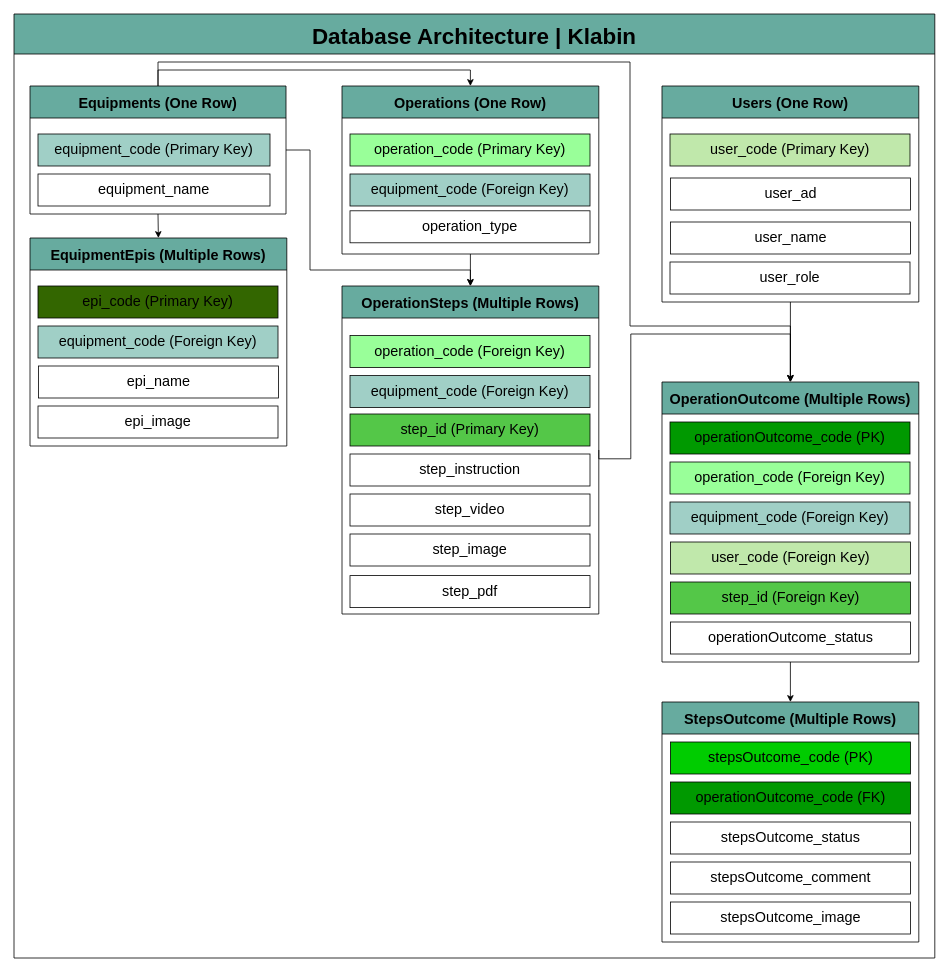
This is Klabin_DB Architecture.drawio from LuccaGiffoni/Flowcharts, a draw.io file, before an edit. Source tidied: cells renumbered, new cells numbered last; positions are measured from the earlier drawing's top-left corner, leaving out a move shared by most shapes. Both pictures are drawn from the tidied source at 80%, with x=0, y=0 at pixel (14, 14).
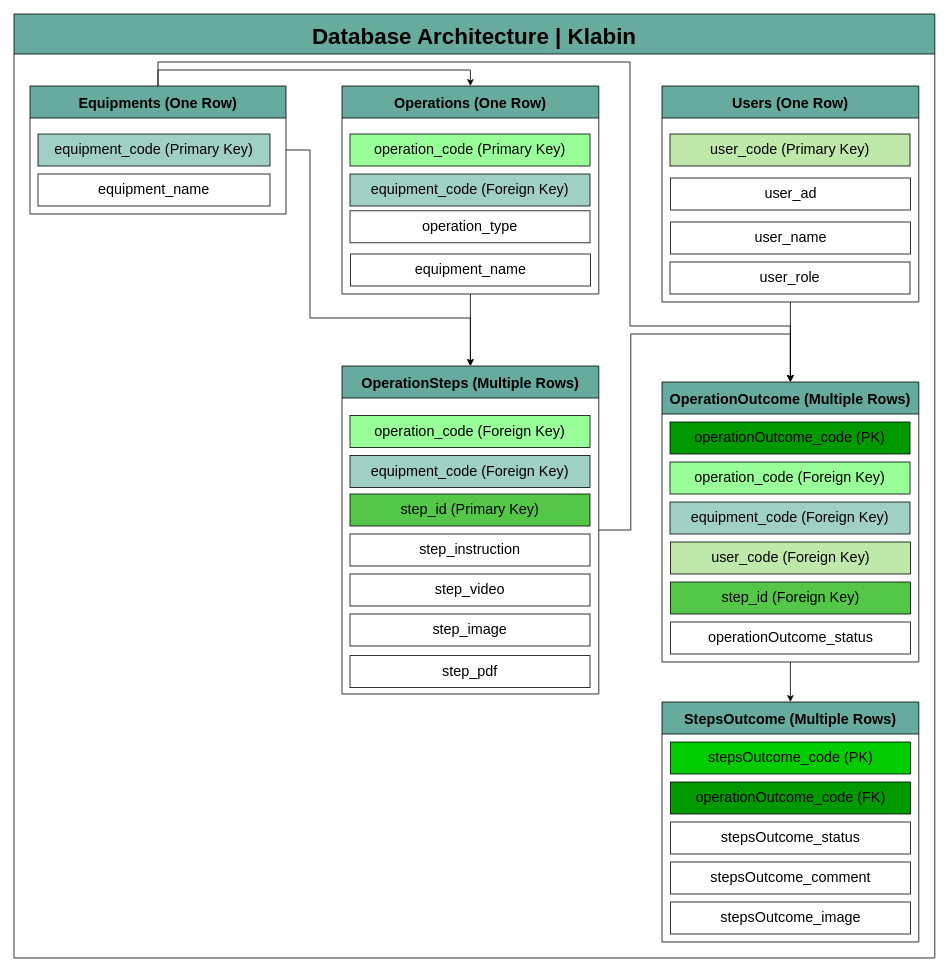
The same page after the edit.

Unchanged cells that the change refers to:
```xml
<mxCell id="2" value="Database Architecture | Klabin" style="swimlane;fontSize=28;fillColor=#67AB9F;startSize=50;fontStyle=1;fontColor=#000000;flipH=1;" parent="1" vertex="1">
  <mxGeometry width="1151" height="1180" as="geometry" />
</mxCell>
<mxCell id="7" value="Equipments (One Row)" style="swimlane;fontSize=18;startSize=40;fillColor=#67AB9F;strokeColor=#000000;fontColor=#000000;flipH=1;" parent="2" vertex="1">
  <mxGeometry x="20" y="90" width="320" height="160" as="geometry" />
</mxCell>
<mxCell id="36" value="OperationOutcome (Multiple Rows)" style="swimlane;fontSize=18;startSize=40;fillColor=#67AB9F;strokeColor=#000000;fontColor=#000000;flipH=1;" parent="2" vertex="1">
  <mxGeometry x="810" y="460" width="321" height="350" as="geometry" />
</mxCell>
```

What changed in the source:
```diff
@@
     <mxCell id="4" style="edgeStyle=orthogonalEdgeStyle;rounded=0;jettySize=auto;html=1;exitX=1;exitY=0.5;exitDx=0;exitDy=0;entryX=0.5;entryY=0;entryDx=0;entryDy=0;fontSize=28;fontColor=#000000;" parent="2" edge="1" source="7" target="16">
       <mxGeometry relative="1" as="geometry">
         <Array as="points">
           <mxPoint x="370" y="170" />
-          <mxPoint x="370" y="320" />
-          <mxPoint x="571" y="320" />
+          <mxPoint x="370" y="380" />
+          <mxPoint x="571" y="380" />
         </Array>
       </mxGeometry>
     </mxCell>
-    <mxCell id="5" style="edgeStyle=orthogonalEdgeStyle;rounded=0;jettySize=auto;html=1;exitX=0.5;exitY=1;exitDx=0;exitDy=0;entryX=0.5;entryY=0;entryDx=0;entryDy=0;fontSize=28;fontColor=#000000;" parent="2" edge="1" source="7" target="24">
-      <mxGeometry relative="1" as="geometry" />
-    </mxCell>
@@
     <mxCell id="11" value="Operations (One Row)" style="swimlane;fontSize=18;startSize=40;fillColor=#67AB9F;strokeColor=#000000;fontColor=#000000;flipH=1;" parent="2" vertex="1">
-      <mxGeometry x="410" y="90" width="321" height="210" as="geometry" />
+      <mxGeometry x="410" y="90" width="321" height="260" as="geometry" />
     </mxCell>
@@
+    <mxCell id="49" value="equipment_name" style="rounded=0;whiteSpace=wrap;html=1;fontSize=18;flipH=1;" parent="11" vertex="1">
+      <mxGeometry x="10.5" y="210" width="300" height="40" as="geometry" />
+    </mxCell>
     <mxCell id="15" style="edgeStyle=orthogonalEdgeStyle;rounded=0;jettySize=auto;html=1;exitX=1;exitY=0.5;exitDx=0;exitDy=0;entryX=0.5;entryY=0;entryDx=0;entryDy=0;fontSize=28;fontColor=#000000;" parent="2" edge="1" source="16" target="36">
       <mxGeometry relative="1" as="geometry">
         <Array as="points">
-          <mxPoint x="731" y="556" />
-          <mxPoint x="771" y="556" />
+          <mxPoint x="771" y="645" />
           <mxPoint x="771" y="400" />
           <mxPoint x="971" y="400" />
         </Array>
       </mxGeometry>
     </mxCell>
     <mxCell id="16" value="OperationSteps (Multiple Rows)" style="swimlane;fontSize=18;startSize=40;fillColor=#67AB9F;strokeColor=#000000;fontColor=#000000;flipH=1;" parent="2" vertex="1">
-      <mxGeometry x="410" y="340" width="321" height="410" as="geometry" />
+      <mxGeometry x="410" y="440" width="321" height="410" as="geometry" />
     </mxCell>
@@
-    <mxCell id="24" value="EquipmentEpis (Multiple Rows)" style="swimlane;fontSize=18;startSize=40;fillColor=#67AB9F;strokeColor=#000000;fontColor=#000000;flipH=1;" parent="2" vertex="1">
-      <mxGeometry x="20" y="280" width="321" height="260" as="geometry" />
-    </mxCell>
-    <mxCell id="25" value="equipment_code (Foreign Key)" style="rounded=0;whiteSpace=wrap;html=1;fontSize=18;fillColor=#A0CFC6;flipH=1;" parent="24" vertex="1">
-      <mxGeometry x="10" y="110" width="300" height="40" as="geometry" />
-    </mxCell>
-    <mxCell id="26" value="epi_name" style="rounded=0;whiteSpace=wrap;html=1;fontSize=18;flipH=1;" parent="24" vertex="1">
-      <mxGeometry x="10.5" y="160" width="300" height="40" as="geometry" />
-    </mxCell>
-    <mxCell id="27" value="epi_image" style="rounded=0;whiteSpace=wrap;html=1;fontSize=18;flipH=1;" parent="24" vertex="1">
-      <mxGeometry x="10" y="210" width="300" height="40" as="geometry" />
-    </mxCell>
-    <mxCell id="28" value="epi_code (Primary Key)" style="rounded=0;whiteSpace=wrap;html=1;fontSize=18;fillColor=#336600;flipH=1;" parent="24" vertex="1">
-      <mxGeometry x="10" y="60" width="300" height="40" as="geometry" />
-    </mxCell>
```
